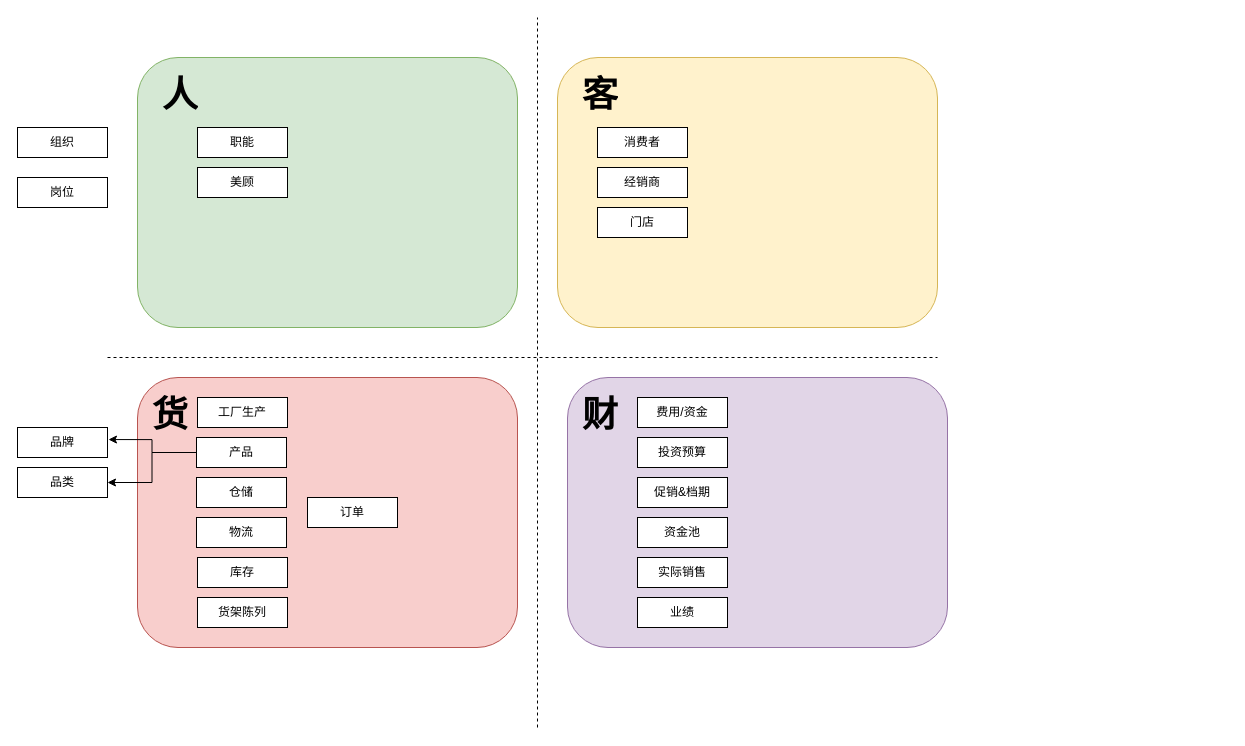
This is shinho/【240311】主数据整理.drawio from 18857545022/-, a draw.io file, before an edit. Source tidied: cells renumbered, new cells numbered last; positions are measured from the earlier drawing's top-left corner, leaving out a move shared by most shapes. Both pictures are drawn from the tidied source at 100%, with x=0, y=0 at pixel (17, 17).
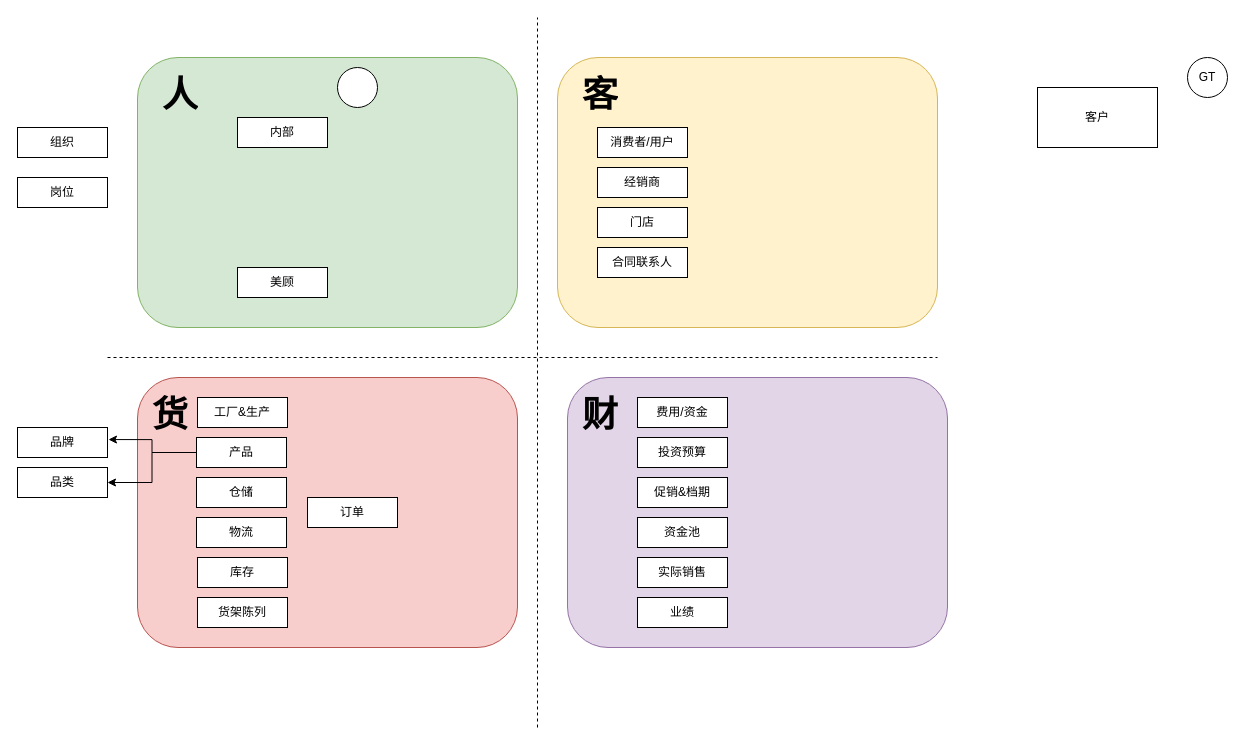
After the change.

Commit message (it also covers changes not shown here):
更新【240311】主数据整理.drawio

Change to the diagram source:
```diff
@@
-    <mxCell id="8" value="职能" style="rounded=0;whiteSpace=wrap;html=1;" parent="1" vertex="1">
-      <mxGeometry x="180" y="110" width="90" height="30" as="geometry" />
+    <mxCell id="8" value="内部" style="rounded=0;whiteSpace=wrap;html=1;" parent="1" vertex="1">
+      <mxGeometry x="220" y="100" width="90" height="30" as="geometry" />
     </mxCell>
     <mxCell id="9" value="美顾" style="rounded=0;whiteSpace=wrap;html=1;" parent="1" vertex="1">
-      <mxGeometry x="180" y="150" width="90" height="30" as="geometry" />
+      <mxGeometry x="220" y="250" width="90" height="30" as="geometry" />
     </mxCell>
@@
-    <mxCell id="15" value="消费者" style="rounded=0;whiteSpace=wrap;html=1;" parent="1" vertex="1">
+    <mxCell id="15" value="消费者/用户" style="rounded=0;whiteSpace=wrap;html=1;" parent="1" vertex="1">
       <mxGeometry x="580" y="110" width="90" height="30" as="geometry" />
     </mxCell>
@@
-    <mxCell id="30" value="工厂生产" style="rounded=0;whiteSpace=wrap;html=1;" parent="1" vertex="1">
+    <mxCell id="30" value="工厂&amp;amp;生产" style="rounded=0;whiteSpace=wrap;html=1;" parent="1" vertex="1">
       <mxGeometry x="180" y="380" width="90" height="30" as="geometry" />
     </mxCell>
@@
+    <mxCell id="36" value="合同联系人" style="rounded=0;whiteSpace=wrap;html=1;" parent="1" vertex="1">
+      <mxGeometry x="580" y="230" width="90" height="30" as="geometry" />
+    </mxCell>
+    <mxCell id="37" style="ellipse;whiteSpace=wrap;html=1;" parent="1" vertex="1">
+      <mxGeometry x="320" y="50" width="40" height="40" as="geometry" />
+    </mxCell>
+    <mxCell id="38" value="GT" style="ellipse;whiteSpace=wrap;html=1;" parent="1" vertex="1">
+      <mxGeometry x="1170" y="40" width="40" height="40" as="geometry" />
+    </mxCell>
+    <mxCell id="39" value="客户" style="rounded=0;whiteSpace=wrap;html=1;" parent="1" vertex="1">
+      <mxGeometry x="1020" y="70" width="120" height="60" as="geometry" />
+    </mxCell>
```
